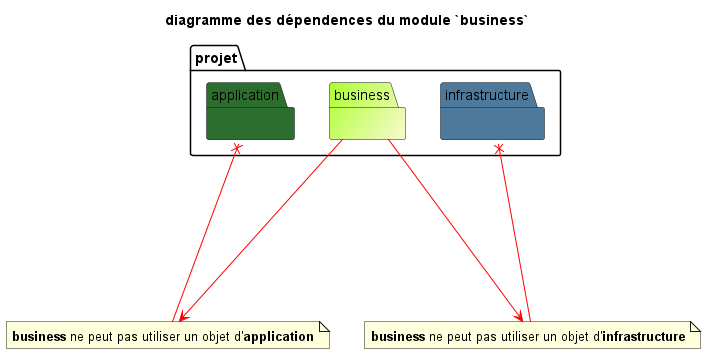
stef38-code/structureProjet keeps this PlantUML diagram as images/business/dia_dep_business.png. Above is the earlier version.
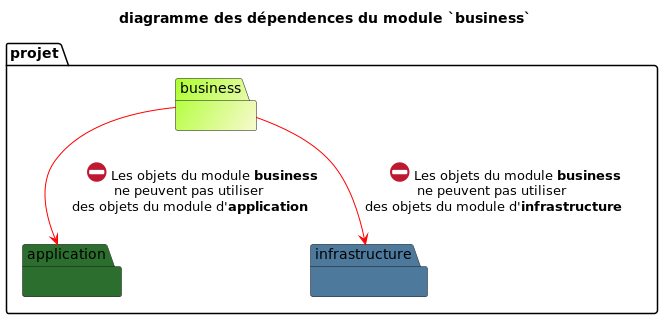
After the change.

What changed in the source:
```diff
@@ -12,13 +12,9 @@
 }
 }
 
-note "<b>business</b> ne peut pas utiliser un objet d'<b>application</b>" as N1
-note "<b>business</b> ne peut pas utiliser un objet d'<b>infrastructure</b>"  as N2
 
-projet.business --[#red]--> N2
-projet.infrastructure x-[#red]- N2
 
-projet.business --[#red]--> N1
-projet.application x-[#red]- N1
+business =[#red]=> infrastructure : \t<:26d4:> Les objets du module <b>business</b>  \nne peuvent pas utiliser \ndes objets du module d'<b>infrastructure</b>
+business =[#red]=> application : \t<:26d4:> Les objets du module <b>business</b>  \nne peuvent pas utiliser \ndes objets du module d'<b>application</b>
 
 @enduml
```
